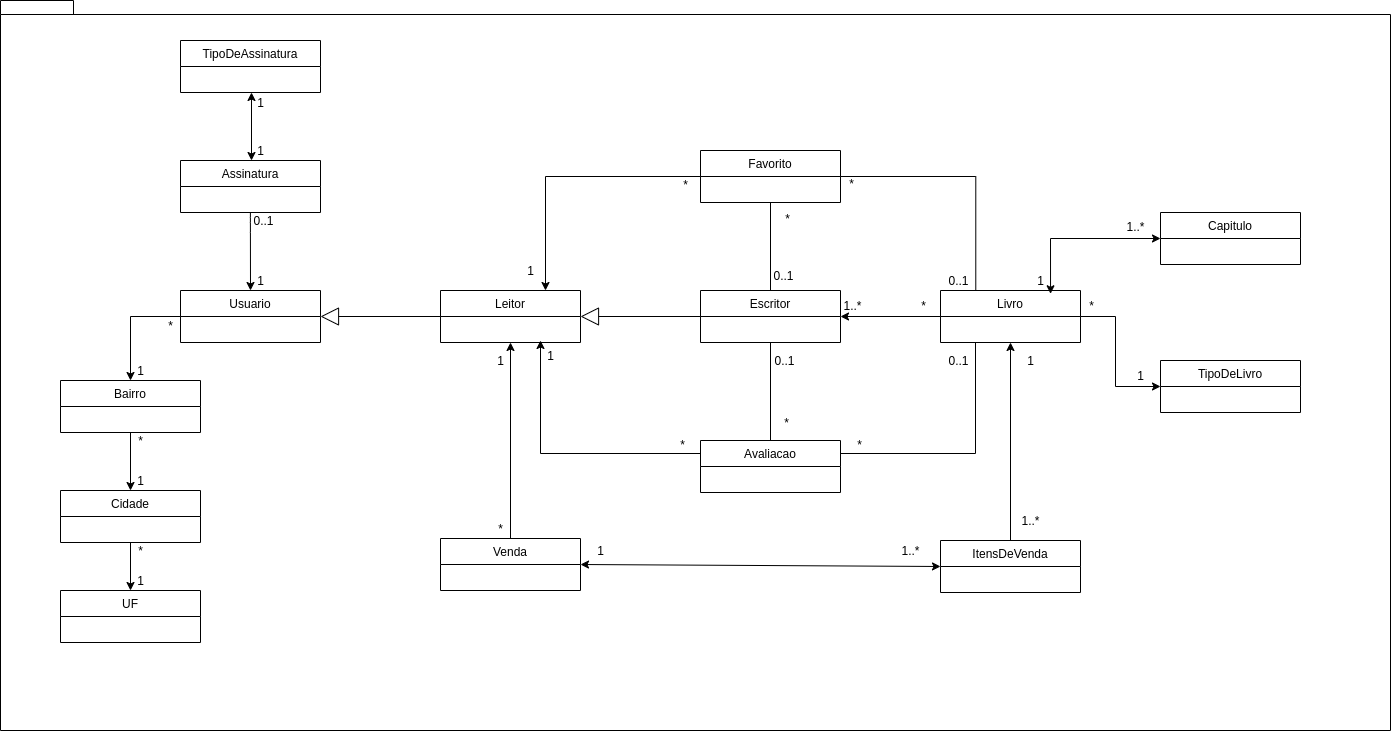
eduvaillant/editora-celeste keeps this draw.io diagram as documentos/EC-ModeloConceitual.png. Above is the earlier version. Source tidied: cells renumbered, new cells last; positions are measured from the earlier drawing's top-left corner, leaving out a move shared by most shapes.
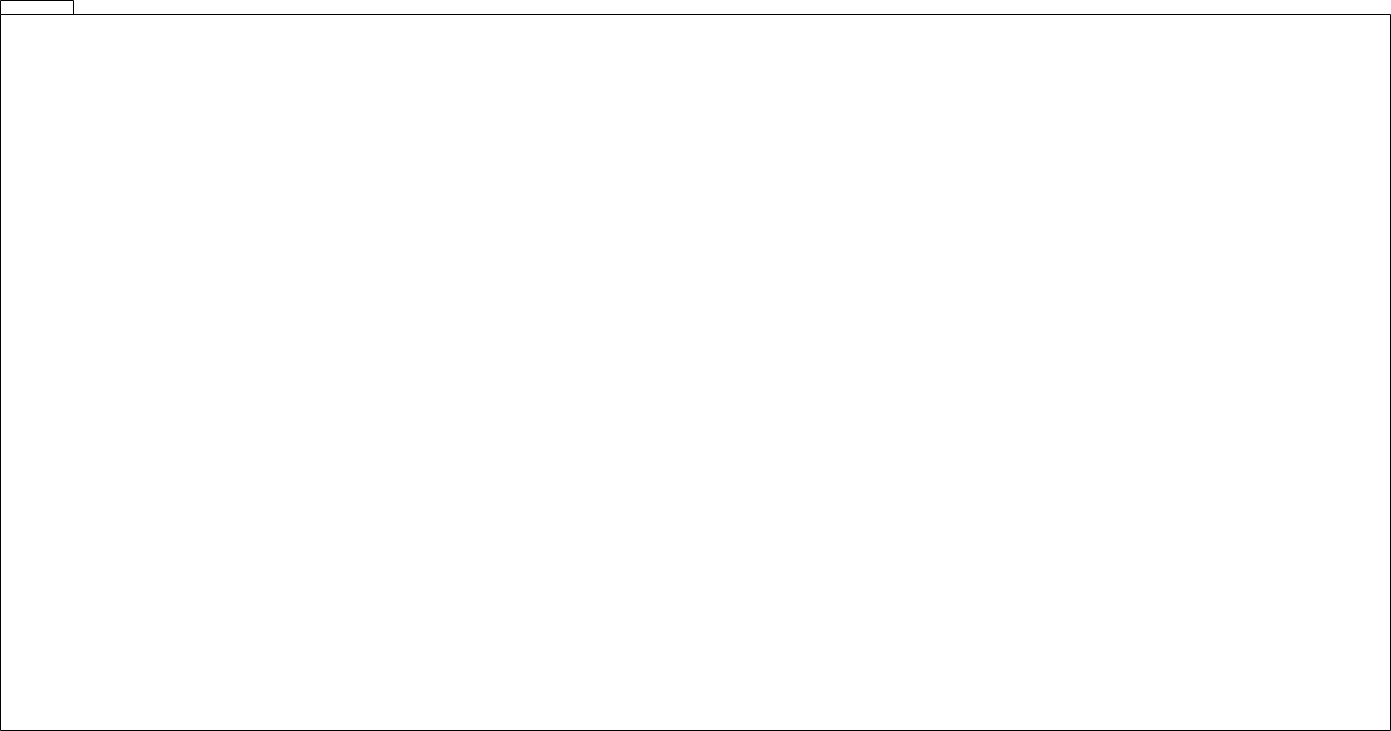
After the commit.

Commit message:
atualizando documento de casos de uso

Diff of the diagram source:
```diff
@@ -5,236 +5,5 @@
     <mxCell id="2" style="shape=folder;fontStyle=1;spacingTop=10;tabWidth=40;tabHeight=14;tabPosition=left;html=1;" parent="1" vertex="1">
       <mxGeometry width="1390" height="730" as="geometry" />
     </mxCell>
-    <mxCell id="3" style="edgeStyle=orthogonalEdgeStyle;rounded=0;jettySize=auto;html=1;exitX=0;exitY=0.5;exitDx=0;exitDy=0;" parent="1" edge="1" source="4" target="8">
-      <mxGeometry relative="1" as="geometry" />
-    </mxCell>
-    <mxCell id="4" value="Usuario" style="swimlane;fontStyle=0;horizontal=1;startSize=26;fillColor=none;" parent="1" vertex="1">
-      <mxGeometry x="180" y="290" width="140" height="52" as="geometry" />
-    </mxCell>
-    <mxCell id="5" value="Leitor" style="swimlane;fontStyle=0;horizontal=1;startSize=26;fillColor=none;" parent="1" vertex="1">
-      <mxGeometry x="440" y="290" width="140" height="52" as="geometry" />
-    </mxCell>
-    <mxCell id="6" value="Escritor" style="swimlane;fontStyle=0;horizontal=1;startSize=26;fillColor=none;" parent="1" vertex="1">
-      <mxGeometry x="700" y="290" width="140" height="52" as="geometry" />
-    </mxCell>
-    <mxCell id="7" style="edgeStyle=orthogonalEdgeStyle;rounded=0;jettySize=auto;html=1;exitX=0.5;exitY=1;exitDx=0;exitDy=0;entryX=0.5;entryY=0;entryDx=0;entryDy=0;" parent="1" edge="1" source="8" target="10">
-      <mxGeometry relative="1" as="geometry" />
-    </mxCell>
-    <mxCell id="8" value="Bairro" style="swimlane;fontStyle=0;horizontal=1;startSize=26;fillColor=none;" parent="1" vertex="1">
-      <mxGeometry x="60" y="380" width="140" height="52" as="geometry" />
-    </mxCell>
-    <mxCell id="9" style="edgeStyle=orthogonalEdgeStyle;rounded=0;jettySize=auto;html=1;exitX=0.5;exitY=1;exitDx=0;exitDy=0;entryX=0.5;entryY=0;entryDx=0;entryDy=0;" parent="1" edge="1" source="10" target="11">
-      <mxGeometry relative="1" as="geometry" />
-    </mxCell>
-    <mxCell id="10" value="Cidade" style="swimlane;fontStyle=0;horizontal=1;startSize=26;fillColor=none;" parent="1" vertex="1">
-      <mxGeometry x="60" y="490" width="140" height="52" as="geometry" />
-    </mxCell>
-    <mxCell id="11" value="UF" style="swimlane;fontStyle=0;horizontal=1;startSize=26;fillColor=none;" parent="1" vertex="1">
-      <mxGeometry x="60" y="590" width="140" height="52" as="geometry" />
-    </mxCell>
-    <mxCell id="12" value="*" style="text;html=1;align=center;verticalAlign=middle;strokeColor=none;" parent="1" vertex="1">
-      <mxGeometry x="160" y="315" width="20" height="20" as="geometry" />
-    </mxCell>
-    <mxCell id="13" value="1" style="text;html=1;align=center;verticalAlign=middle;strokeColor=none;" parent="1" vertex="1">
-      <mxGeometry x="130" y="360" width="20" height="20" as="geometry" />
-    </mxCell>
-    <mxCell id="14" value="*" style="text;html=1;align=center;verticalAlign=middle;strokeColor=none;" parent="1" vertex="1">
-      <mxGeometry x="130" y="430" width="20" height="20" as="geometry" />
-    </mxCell>
-    <mxCell id="15" value="1" style="text;html=1;align=center;verticalAlign=middle;strokeColor=none;" parent="1" vertex="1">
-      <mxGeometry x="130" y="470" width="20" height="20" as="geometry" />
-    </mxCell>
-    <mxCell id="16" value="*" style="text;html=1;align=center;verticalAlign=middle;strokeColor=none;" parent="1" vertex="1">
-      <mxGeometry x="130" y="540" width="20" height="20" as="geometry" />
-    </mxCell>
-    <mxCell id="17" value="1" style="text;html=1;align=center;verticalAlign=middle;strokeColor=none;" parent="1" vertex="1">
-      <mxGeometry x="130" y="570" width="20" height="20" as="geometry" />
-    </mxCell>
-    <mxCell id="18" value="Assinatura" style="swimlane;fontStyle=0;horizontal=1;startSize=26;fillColor=none;" parent="1" vertex="1">
-      <mxGeometry x="180" y="160" width="140" height="52" as="geometry" />
-    </mxCell>
-    <mxCell id="19" value="TipoDeAssinatura" style="swimlane;fontStyle=0;horizontal=1;startSize=26;fillColor=none;" parent="1" vertex="1">
-      <mxGeometry x="180" y="40" width="140" height="52" as="geometry" />
-    </mxCell>
-    <mxCell id="20" value="1" style="text;html=1;align=center;verticalAlign=middle;strokeColor=none;" parent="1" vertex="1">
-      <mxGeometry x="250" y="92" width="20" height="20" as="geometry" />
-    </mxCell>
-    <mxCell id="21" value="1" style="text;html=1;align=center;verticalAlign=middle;strokeColor=none;" parent="1" vertex="1">
-      <mxGeometry x="250" y="140" width="20" height="20" as="geometry" />
-    </mxCell>
-    <mxCell id="22" value="1" style="text;html=1;align=center;verticalAlign=middle;strokeColor=none;" parent="1" vertex="1">
-      <mxGeometry x="250" y="270" width="20" height="20" as="geometry" />
-    </mxCell>
-    <mxCell id="23" value="0..1" style="text;html=1;align=center;verticalAlign=middle;strokeColor=none;" parent="1" vertex="1">
-      <mxGeometry x="243" y="210" width="40" height="20" as="geometry" />
-    </mxCell>
-    <mxCell id="24" style="endArrow=block;endSize=16;endFill=0;html=1;entryX=1;entryY=0.5;entryDx=0;entryDy=0;exitX=0;exitY=0.5;exitDx=0;exitDy=0;" parent="1" edge="1" source="5" target="4">
-      <mxGeometry relative="1" as="geometry" />
-    </mxCell>
-    <mxCell id="25" style="endArrow=block;endSize=16;endFill=0;html=1;entryX=1;entryY=0.5;entryDx=0;entryDy=0;exitX=0;exitY=0.5;exitDx=0;exitDy=0;" parent="1" edge="1" source="6" target="5">
-      <mxGeometry relative="1" as="geometry" />
-    </mxCell>
-    <mxCell id="26" style="edgeStyle=none;rounded=0;jettySize=auto;html=1;entryX=0.75;entryY=0;entryDx=0;entryDy=0;exitX=0;exitY=0.5;exitDx=0;exitDy=0;" parent="1" edge="1" source="28" target="5">
-      <mxGeometry relative="1" as="geometry">
-        <Array as="points">
-          <mxPoint x="545" y="176" />
-        </Array>
-      </mxGeometry>
-    </mxCell>
-    <mxCell id="27" style="edgeStyle=orthogonalEdgeStyle;jettySize=auto;html=1;exitX=1;exitY=0.5;exitDx=0;exitDy=0;entryX=0.252;entryY=0.002;entryDx=0;entryDy=0;entryPerimeter=0;strokeColor=#000000;rounded=0;startArrow=none;startFill=0;endArrow=none;endFill=0;" parent="1" edge="1" source="28" target="42">
-      <mxGeometry relative="1" as="geometry" />
-    </mxCell>
-    <mxCell id="28" value="Favorito" style="swimlane;fontStyle=0;horizontal=1;startSize=26;fillColor=none;" parent="1" vertex="1">
-      <mxGeometry x="700" y="150" width="140" height="52" as="geometry" />
-    </mxCell>
-    <mxCell id="29" value="*" style="text;html=1;align=center;verticalAlign=middle;strokeColor=none;" parent="1" vertex="1">
-      <mxGeometry x="675" y="174" width="20" height="20" as="geometry" />
-    </mxCell>
-    <mxCell id="30" value="1" style="text;html=1;align=center;verticalAlign=middle;strokeColor=none;" parent="1" vertex="1">
-      <mxGeometry x="520" y="260" width="20" height="20" as="geometry" />
-    </mxCell>
-    <mxCell id="31" style="endArrow=none;html=1;entryX=0.5;entryY=1;entryDx=0;entryDy=0;exitX=0.5;exitY=0;exitDx=0;exitDy=0;" parent="1" edge="1" source="6" target="28">
-      <mxGeometry relative="1" as="geometry" />
-    </mxCell>
-    <mxCell id="32" value="0..1" style="text;html=1;align=center;verticalAlign=middle;strokeColor=none;" parent="1" vertex="1">
-      <mxGeometry x="763" y="265" width="40" height="20" as="geometry" />
-    </mxCell>
-    <mxCell id="33" value="*" style="text;html=1;align=center;verticalAlign=middle;strokeColor=none;" parent="1" vertex="1">
-      <mxGeometry x="777" y="208" width="20" height="20" as="geometry" />
-    </mxCell>
-    <mxCell id="34" style="edgeStyle=orthogonalEdgeStyle;rounded=0;jettySize=auto;html=1;exitX=1;exitY=0.25;exitDx=0;exitDy=0;entryX=0.25;entryY=1;entryDx=0;entryDy=0;endArrow=none;endFill=0;" parent="1" edge="1" source="36" target="42">
-      <mxGeometry relative="1" as="geometry" />
-    </mxCell>
-    <mxCell id="35" style="edgeStyle=none;rounded=0;jettySize=auto;html=1;exitX=0;exitY=0.25;exitDx=0;exitDy=0;" parent="1" edge="1" source="36">
-      <mxGeometry relative="1" as="geometry">
-        <mxPoint x="540" y="340" as="targetPoint" />
-        <Array as="points">
-          <mxPoint x="540" y="453" />
-        </Array>
-      </mxGeometry>
-    </mxCell>
-    <mxCell id="36" value="Avaliacao" style="swimlane;fontStyle=0;horizontal=1;startSize=26;fillColor=none;" parent="1" vertex="1">
-      <mxGeometry x="700" y="440" width="140" height="52" as="geometry" />
-    </mxCell>
-    <mxCell id="37" style="endArrow=none;html=1;entryX=0.5;entryY=1;entryDx=0;entryDy=0;exitX=0.5;exitY=0;exitDx=0;exitDy=0;" parent="1" edge="1" source="36" target="6">
-      <mxGeometry relative="1" as="geometry" />
-    </mxCell>
-    <mxCell id="38" value="*" style="text;html=1;align=center;verticalAlign=middle;strokeColor=none;" parent="1" vertex="1">
-      <mxGeometry x="776" y="412" width="20" height="20" as="geometry" />
-    </mxCell>
-    <mxCell id="39" value="0..1" style="text;html=1;align=center;verticalAlign=middle;strokeColor=none;" parent="1" vertex="1">
-      <mxGeometry x="764" y="350" width="40" height="20" as="geometry" />
-    </mxCell>
-    <mxCell id="40" style="edgeStyle=orthogonalEdgeStyle;rounded=0;jettySize=auto;html=1;exitX=1;exitY=0.5;exitDx=0;exitDy=0;entryX=0;entryY=0.5;entryDx=0;entryDy=0;" parent="1" edge="1" source="42" target="44">
-      <mxGeometry relative="1" as="geometry">
-        <Array as="points">
-          <mxPoint x="1115" y="316" />
-          <mxPoint x="1115" y="386" />
-        </Array>
-      </mxGeometry>
-    </mxCell>
-    <mxCell id="41" style="edgeStyle=none;rounded=0;jettySize=auto;html=1;entryX=1;entryY=0.5;entryDx=0;entryDy=0;" parent="1" edge="1" source="42" target="6">
-      <mxGeometry relative="1" as="geometry" />
-    </mxCell>
-    <mxCell id="42" value="Livro" style="swimlane;fontStyle=0;horizontal=1;startSize=26;fillColor=none;" parent="1" vertex="1">
-      <mxGeometry x="940" y="290" width="140" height="52" as="geometry" />
-    </mxCell>
-    <mxCell id="43" value="Capitulo" style="swimlane;fontStyle=0;horizontal=1;startSize=26;fillColor=none;" parent="1" vertex="1">
-      <mxGeometry x="1160" y="212" width="140" height="52" as="geometry" />
-    </mxCell>
-    <mxCell id="44" value="TipoDeLivro" style="swimlane;fontStyle=0;horizontal=1;startSize=26;fillColor=none;" parent="1" vertex="1">
-      <mxGeometry x="1160" y="360" width="140" height="52" as="geometry" />
-    </mxCell>
-    <mxCell id="45" style="edgeStyle=orthogonalEdgeStyle;rounded=0;jettySize=auto;html=1;exitX=0.5;exitY=0;exitDx=0;exitDy=0;entryX=0.5;entryY=1;entryDx=0;entryDy=0;" parent="1" edge="1" source="46" target="42">
-      <mxGeometry relative="1" as="geometry" />
-    </mxCell>
-    <mxCell id="46" value="ItensDeVenda" style="swimlane;fontStyle=0;horizontal=1;startSize=26;fillColor=none;" parent="1" vertex="1">
-      <mxGeometry x="940" y="540" width="140" height="52" as="geometry" />
-    </mxCell>
-    <mxCell id="47" style="edgeStyle=orthogonalEdgeStyle;rounded=0;jettySize=auto;html=1;exitX=0.5;exitY=0;exitDx=0;exitDy=0;entryX=0.5;entryY=1;entryDx=0;entryDy=0;" parent="1" edge="1" source="48" target="5">
-      <mxGeometry relative="1" as="geometry" />
-    </mxCell>
-    <mxCell id="48" value="Venda" style="swimlane;fontStyle=0;horizontal=1;startSize=26;fillColor=none;" parent="1" vertex="1">
-      <mxGeometry x="440" y="538" width="140" height="52" as="geometry" />
-    </mxCell>
-    <mxCell id="49" value="*" style="text;html=1;align=center;verticalAlign=middle;strokeColor=none;" parent="1" vertex="1">
-      <mxGeometry x="841" y="173" width="20" height="20" as="geometry" />
-    </mxCell>
-    <mxCell id="50" value="0..1" style="text;html=1;align=center;verticalAlign=middle;strokeColor=none;" parent="1" vertex="1">
-      <mxGeometry x="938" y="270" width="40" height="20" as="geometry" />
-    </mxCell>
-    <mxCell id="51" style="endArrow=classic;startArrow=classic;html=1;entryX=0;entryY=0.5;entryDx=0;entryDy=0;exitX=1;exitY=0.5;exitDx=0;exitDy=0;" parent="1" edge="1" source="48" target="46">
-      <mxGeometry relative="1" as="geometry" />
-    </mxCell>
-    <mxCell id="52" value="1" style="text;html=1;align=center;verticalAlign=middle;strokeColor=none;" parent="1" vertex="1">
-      <mxGeometry x="490" y="350" width="20" height="20" as="geometry" />
-    </mxCell>
-    <mxCell id="53" value="*" style="text;html=1;align=center;verticalAlign=middle;strokeColor=none;" parent="1" vertex="1">
-      <mxGeometry x="490" y="518" width="20" height="20" as="geometry" />
-    </mxCell>
-    <mxCell id="54" value="1" style="text;html=1;align=center;verticalAlign=middle;strokeColor=none;" parent="1" vertex="1">
-      <mxGeometry x="540" y="345" width="20" height="20" as="geometry" />
-    </mxCell>
-    <mxCell id="55" value="*" style="text;html=1;align=center;verticalAlign=middle;strokeColor=none;" parent="1" vertex="1">
-      <mxGeometry x="672" y="434" width="20" height="20" as="geometry" />
-    </mxCell>
-    <mxCell id="56" value="*" style="text;html=1;align=center;verticalAlign=middle;strokeColor=none;" parent="1" vertex="1">
-      <mxGeometry x="849" y="434" width="20" height="20" as="geometry" />
-    </mxCell>
-    <mxCell id="57" value="0..1" style="text;html=1;align=center;verticalAlign=middle;strokeColor=none;" parent="1" vertex="1">
-      <mxGeometry x="938" y="350" width="40" height="20" as="geometry" />
-    </mxCell>
-    <mxCell id="58" value="1" style="text;html=1;align=center;verticalAlign=middle;strokeColor=none;" parent="1" vertex="1">
-      <mxGeometry x="1020" y="350" width="20" height="20" as="geometry" />
-    </mxCell>
-    <mxCell id="59" value="1..*" style="text;html=1;align=center;verticalAlign=middle;strokeColor=none;" parent="1" vertex="1">
-      <mxGeometry x="1015" y="510" width="30" height="20" as="geometry" />
-    </mxCell>
-    <mxCell id="60" value="1" style="text;html=1;align=center;verticalAlign=middle;strokeColor=none;" parent="1" vertex="1">
-      <mxGeometry x="590" y="540" width="20" height="20" as="geometry" />
-    </mxCell>
-    <mxCell id="61" value="1..*" style="text;html=1;align=center;verticalAlign=middle;strokeColor=none;" parent="1" vertex="1">
-      <mxGeometry x="895" y="540" width="30" height="20" as="geometry" />
-    </mxCell>
-    <mxCell id="62" value="1" style="text;html=1;align=center;verticalAlign=middle;points=[];strokeColor=none;" parent="1" vertex="1">
-      <mxGeometry x="1030" y="270" width="20" height="20" as="geometry" />
-    </mxCell>
-    <mxCell id="63" value="1..*" style="text;html=1;align=center;verticalAlign=middle;strokeColor=none;" parent="1" vertex="1">
-      <mxGeometry x="1120" y="216" width="30" height="20" as="geometry" />
-    </mxCell>
-    <mxCell id="64" value="*" style="text;html=1;align=center;verticalAlign=middle;strokeColor=none;" parent="1" vertex="1">
-      <mxGeometry x="1081" y="295" width="20" height="20" as="geometry" />
-    </mxCell>
-    <mxCell id="65" value="1" style="text;html=1;align=center;verticalAlign=middle;strokeColor=none;" parent="1" vertex="1">
-      <mxGeometry x="1130" y="365" width="20" height="20" as="geometry" />
-    </mxCell>
-    <mxCell id="66" style="endArrow=classic;startArrow=classic;html=1;exitX=1.002;exitY=1.164;exitDx=0;exitDy=0;exitPerimeter=0;entryX=0;entryY=0.5;entryDx=0;entryDy=0;rounded=0;" parent="1" edge="1" source="62" target="43">
-      <mxGeometry relative="1" as="geometry">
-        <Array as="points">
-          <mxPoint x="1050" y="238" />
-        </Array>
-      </mxGeometry>
-    </mxCell>
-    <mxCell id="67" value="1..*" style="text;html=1;align=center;verticalAlign=middle;strokeColor=none;" parent="1" vertex="1">
-      <mxGeometry x="837" y="295" width="30" height="20" as="geometry" />
-    </mxCell>
-    <mxCell id="68" value="*" style="text;html=1;align=center;verticalAlign=middle;strokeColor=none;" parent="1" vertex="1">
-      <mxGeometry x="913" y="295" width="20" height="20" as="geometry" />
-    </mxCell>
-    <mxCell id="69" style="endArrow=none;startArrow=classic;html=1;startFill=1;endFill=0;" parent="1" edge="1">
-      <mxGeometry relative="1" as="geometry">
-        <mxPoint x="250" y="290" as="sourcePoint" />
-        <mxPoint x="249.9" y="212" as="targetPoint" />
-        <Array as="points">
-          <mxPoint x="249.9" y="222" />
-        </Array>
-      </mxGeometry>
-    </mxCell>
-    <mxCell id="70" style="endArrow=classic;startArrow=classic;html=1;entryX=0.5;entryY=1;entryDx=0;entryDy=0;exitX=0.5;exitY=0;exitDx=0;exitDy=0;" parent="1" edge="1">
-      <mxGeometry relative="1" as="geometry">
-        <mxPoint x="251" y="160" as="sourcePoint" />
-        <mxPoint x="251" y="92" as="targetPoint" />
-      </mxGeometry>
-    </mxCell>
   </root>
 </mxGraphModel>
```
